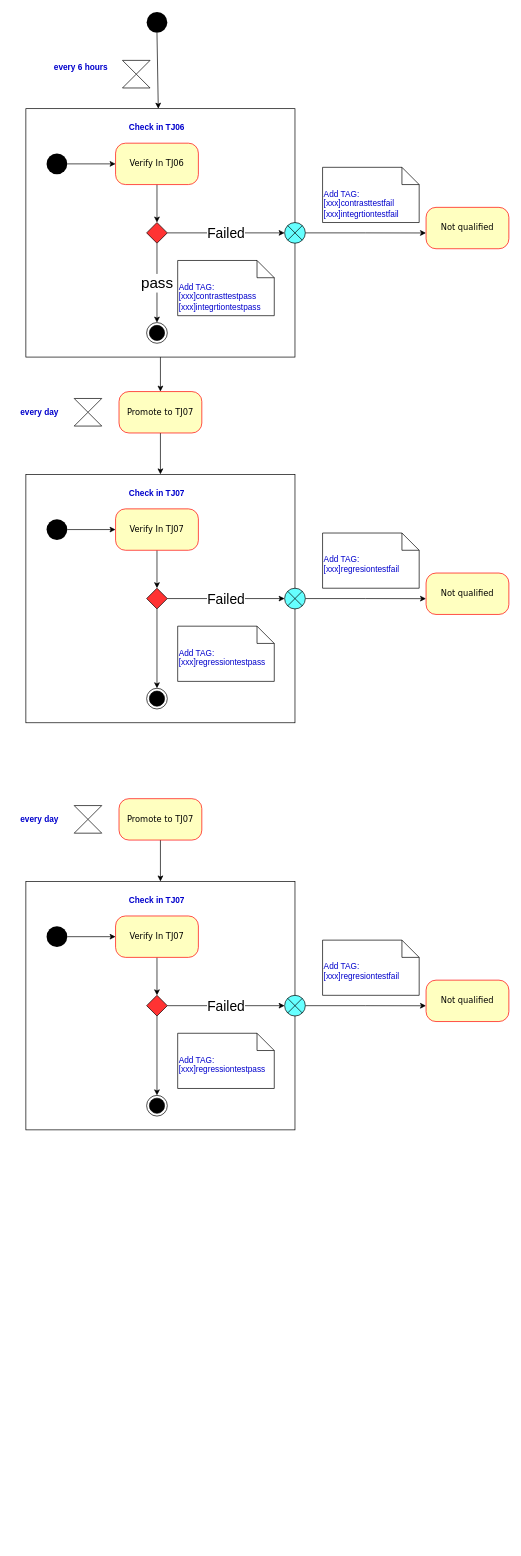
This is Untitled Diagram.drawio from liykfrank/101, a draw.io file, before an edit. Source tidied: cells renumbered, new cells numbered last; positions are measured from the earlier drawing's top-left corner, leaving out a move shared by most shapes. Both pictures are drawn from the tidied source at 69%, with x=0, y=0 at pixel (12, 12).
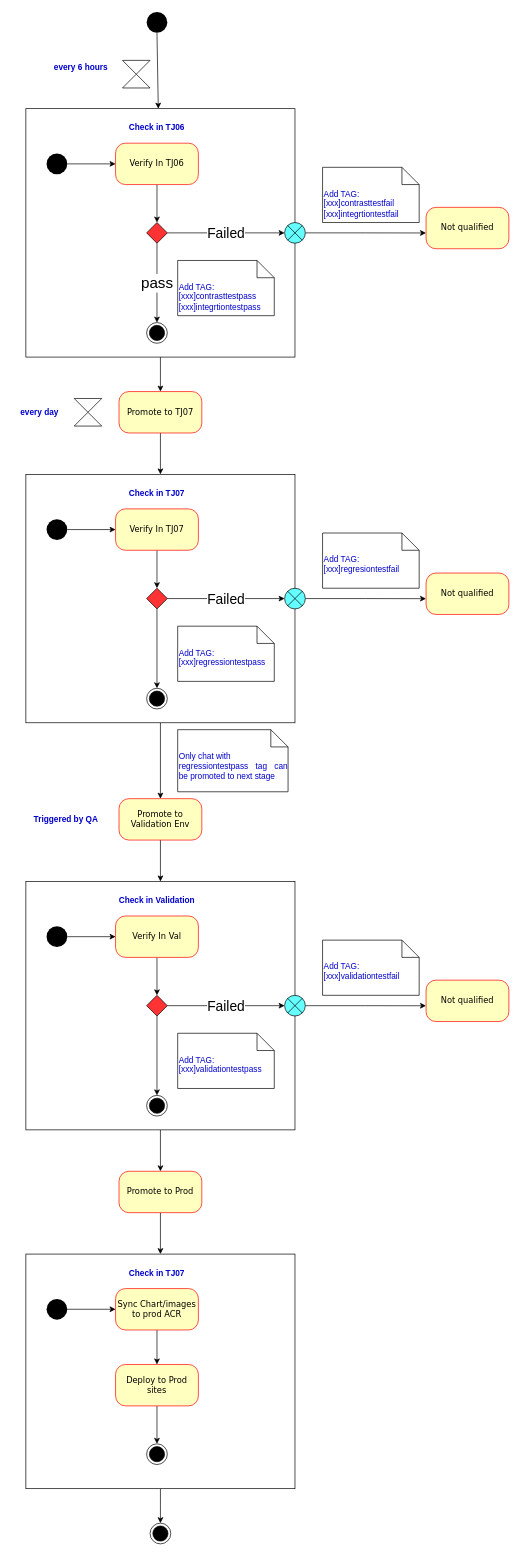
The same page after the edit.

The change refers to these unchanged cells:
```xml
<mxCell id="22" style="fontStyle=1;" parent="1" vertex="1">
  <mxGeometry x="20" y="670" width="390" height="360" as="geometry" />
</mxCell>
<mxCell id="43" style="fontStyle=1;" parent="1" vertex="1">
  <mxGeometry x="20" y="1260" width="390" height="360" as="geometry" />
</mxCell>
```

Diff of the diagram source:
```diff
@@
+    <mxCell id="60" style="edgeStyle=orthogonalEdgeStyle;rounded=0;jettySize=auto;html=1;fontSize=22;fontColor=#000000;" parent="1" edge="1" source="22" target="42">
+      <mxGeometry relative="1" as="geometry" />
+    </mxCell>
@@
-    <mxCell id="42" value="Promote to TJ07" style="rounded=1;whiteSpace=wrap;html=1;arcSize=24;fillColor=#ffffc0;strokeColor=#ff0000;shadow=0;comic=0;labelBackgroundColor=none;fontFamily=Verdana;fontSize=12;fontColor=#000000;align=center;" parent="1" vertex="1">
+    <mxCell id="42" value="Promote to Validation Env" style="rounded=1;whiteSpace=wrap;html=1;arcSize=24;fillColor=#ffffc0;strokeColor=#ff0000;shadow=0;comic=0;labelBackgroundColor=none;fontFamily=Verdana;fontSize=12;fontColor=#000000;align=center;" parent="1" vertex="1">
       <mxGeometry x="155" y="1140" width="120" height="60" as="geometry" />
     </mxCell>
+    <mxCell id="61" style="edgeStyle=orthogonalEdgeStyle;rounded=0;jettySize=auto;html=1;fontSize=22;fontColor=#000000;" parent="1" edge="1" source="43" target="64">
+      <mxGeometry relative="1" as="geometry" />
+    </mxCell>
@@
-    <mxCell id="47" value="Verify In TJ07" style="rounded=1;whiteSpace=wrap;html=1;arcSize=24;fillColor=#ffffc0;strokeColor=#ff0000;shadow=0;comic=0;labelBackgroundColor=none;fontFamily=Verdana;fontSize=12;fontColor=#000000;align=center;" parent="1" vertex="1">
+    <mxCell id="47" value="Verify In Val" style="rounded=1;whiteSpace=wrap;html=1;arcSize=24;fillColor=#ffffc0;strokeColor=#ff0000;shadow=0;comic=0;labelBackgroundColor=none;fontFamily=Verdana;fontSize=12;fontColor=#000000;align=center;" parent="1" vertex="1">
       <mxGeometry x="150" y="1310" width="120" height="60" as="geometry" />
     </mxCell>
@@
-    <mxCell id="55" value="&lt;div style=&quot;text-align: justify&quot;&gt;&lt;span&gt;Add TAG:&lt;/span&gt;&lt;/div&gt;&lt;div style=&quot;text-align: justify&quot;&gt;&lt;span&gt;[xxx]regressiontestpass&lt;/span&gt;&lt;/div&gt;" style="shape=note2;boundedLbl=1;whiteSpace=wrap;html=1;size=25;verticalAlign=top;align=left;fillColor=#FFFFFF;fontColor=#0000CC;" parent="1" vertex="1">
+    <mxCell id="55" value="&lt;div style=&quot;text-align: justify&quot;&gt;&lt;span&gt;Add TAG:&lt;/span&gt;&lt;/div&gt;&lt;div style=&quot;text-align: justify&quot;&gt;&lt;span&gt;[xxx]validationtestpass&lt;/span&gt;&lt;/div&gt;" style="shape=note2;boundedLbl=1;whiteSpace=wrap;html=1;size=25;verticalAlign=top;align=left;fillColor=#FFFFFF;fontColor=#0000CC;" parent="1" vertex="1">
       <mxGeometry x="240" y="1480" width="140" height="80" as="geometry" />
     </mxCell>
-    <mxCell id="56" value="&lt;div style=&quot;text-align: justify&quot;&gt;&lt;span&gt;Add TAG:&lt;/span&gt;&lt;/div&gt;&lt;div style=&quot;text-align: justify&quot;&gt;&lt;span&gt;[xxx]regresiontestfail&lt;/span&gt;&lt;/div&gt;" style="shape=note2;boundedLbl=1;whiteSpace=wrap;html=1;size=25;verticalAlign=top;align=left;fillColor=#FFFFFF;fontColor=#0000CC;" parent="1" vertex="1">
+    <mxCell id="56" value="&lt;div style=&quot;text-align: justify&quot;&gt;&lt;span&gt;Add TAG:&lt;/span&gt;&lt;/div&gt;&lt;div style=&quot;text-align: justify&quot;&gt;&lt;span&gt;[xxx]validationtestfail&lt;/span&gt;&lt;/div&gt;" style="shape=note2;boundedLbl=1;whiteSpace=wrap;html=1;size=25;verticalAlign=top;align=left;fillColor=#FFFFFF;fontColor=#0000CC;" parent="1" vertex="1">
       <mxGeometry x="450" y="1345" width="140" height="80" as="geometry" />
     </mxCell>
-    <mxCell id="57" value="Check in TJ07" style="text;align=center;fontStyle=1;verticalAlign=middle;spacingLeft=3;spacingRight=3;strokeColor=none;fillColor=#FFFFFF;fontColor=#0000CC;" parent="1" vertex="1">
+    <mxCell id="57" value="Check in Validation" style="text;align=center;fontStyle=1;verticalAlign=middle;spacingLeft=3;spacingRight=3;strokeColor=none;fillColor=#FFFFFF;fontColor=#0000CC;" parent="1" vertex="1">
       <mxGeometry x="170" y="1274" width="80" height="26" as="geometry" />
     </mxCell>
-    <mxCell id="58" style="shape=collate;whiteSpace=wrap;html=1;fontColor=#0000CC;fillColor=#FFFFFF;" parent="1" vertex="1">
-      <mxGeometry x="90" y="1150" width="40" height="40" as="geometry" />
-    </mxCell>
-    <mxCell id="59" value="every day" style="text;align=center;fontStyle=1;verticalAlign=middle;spacingLeft=3;spacingRight=3;strokeColor=none;fillColor=#FFFFFF;fontColor=#0000CC;" parent="1" vertex="1">
-      <mxGeometry y="1157" width="80" height="26" as="geometry" />
+    <mxCell id="59" value="Triggered by QA " style="text;align=center;fontStyle=1;verticalAlign=middle;spacingLeft=3;spacingRight=3;strokeColor=none;fillColor=#FFFFFF;fontColor=#0000CC;" parent="1" vertex="1">
+      <mxGeometry x="40" y="1157" width="80" height="26" as="geometry" />
     </mxCell>
+    <mxCell id="62" value="&lt;div style=&quot;text-align: justify&quot;&gt;Only chat with&lt;/div&gt;&lt;div style=&quot;text-align: justify&quot;&gt;regressiontestpass tag can be promoted to next stage&lt;/div&gt;" style="shape=note2;boundedLbl=1;whiteSpace=wrap;html=1;size=25;verticalAlign=top;align=left;fillColor=#FFFFFF;fontColor=#0000CC;" parent="1" vertex="1">
+      <mxGeometry x="240" y="1040" width="160" height="90" as="geometry" />
+    </mxCell>
+    <mxCell id="63" style="edgeStyle=orthogonalEdgeStyle;rounded=0;jettySize=auto;html=1;entryX=0.5;entryY=0;entryDx=0;entryDy=0;fontSize=22;fontColor=#000000;" parent="1" edge="1" source="64" target="66">
+      <mxGeometry relative="1" as="geometry" />
+    </mxCell>
+    <mxCell id="64" value="Promote to Prod" style="rounded=1;whiteSpace=wrap;html=1;arcSize=24;fillColor=#ffffc0;strokeColor=#ff0000;shadow=0;comic=0;labelBackgroundColor=none;fontFamily=Verdana;fontSize=12;fontColor=#000000;align=center;" parent="1" vertex="1">
+      <mxGeometry x="155" y="1680" width="120" height="60" as="geometry" />
+    </mxCell>
+    <mxCell id="65" style="edgeStyle=orthogonalEdgeStyle;rounded=0;jettySize=auto;html=1;entryX=0.5;entryY=0;entryDx=0;entryDy=0;fontSize=22;fontColor=#000000;" parent="1" edge="1" source="66">
+      <mxGeometry relative="1" as="geometry">
+        <mxPoint x="215" y="2190" as="targetPoint" />
+      </mxGeometry>
+    </mxCell>
+    <mxCell id="66" style="fontStyle=1;" parent="1" vertex="1">
+      <mxGeometry x="20" y="1800" width="390" height="340" as="geometry" />
+    </mxCell>
+    <mxCell id="67" style="edgeStyle=orthogonalEdgeStyle;rounded=0;jettySize=auto;html=1;entryX=0;entryY=0.5;entryDx=0;entryDy=0;" parent="1" edge="1" source="68" target="70">
+      <mxGeometry relative="1" as="geometry" />
+    </mxCell>
+    <mxCell id="68" style="ellipse;fillColor=#000000;strokeColor=none;" parent="1" vertex="1">
+      <mxGeometry x="50" y="1865" width="30" height="30" as="geometry" />
+    </mxCell>
+    <mxCell id="69" style="edgeStyle=orthogonalEdgeStyle;rounded=0;jettySize=auto;html=1;entryX=0.5;entryY=0;entryDx=0;entryDy=0;fontColor=#0000CC;" parent="1" edge="1" source="70" target="73">
+      <mxGeometry relative="1" as="geometry" />
+    </mxCell>
+    <mxCell id="70" value="Sync Chart/images to prod ACR" style="rounded=1;whiteSpace=wrap;html=1;arcSize=24;fillColor=#ffffc0;strokeColor=#ff0000;shadow=0;comic=0;labelBackgroundColor=none;fontFamily=Verdana;fontSize=12;fontColor=#000000;align=center;" parent="1" vertex="1">
+      <mxGeometry x="150" y="1850" width="120" height="60" as="geometry" />
+    </mxCell>
+    <mxCell id="71" style="edgeStyle=orthogonalEdgeStyle;rounded=0;jettySize=auto;html=1;fontColor=#0000CC;exitX=0.5;exitY=1;exitDx=0;exitDy=0;" parent="1" edge="1" source="73" target="72">
+      <mxGeometry relative="1" as="geometry" />
+    </mxCell>
+    <mxCell id="72" style="ellipse;html=1;shape=endState;fillColor=#000000;strokeColor=#000000;" parent="1" vertex="1">
+      <mxGeometry x="195" y="2075" width="30" height="30" as="geometry" />
+    </mxCell>
+    <mxCell id="73" value="Deploy to Prod sites" style="rounded=1;whiteSpace=wrap;html=1;arcSize=24;fillColor=#ffffc0;strokeColor=#ff0000;shadow=0;comic=0;labelBackgroundColor=none;fontFamily=Verdana;fontSize=12;fontColor=#000000;align=center;" parent="1" vertex="1">
+      <mxGeometry x="150" y="1960" width="120" height="60" as="geometry" />
+    </mxCell>
+    <mxCell id="74" value="Check in TJ07" style="text;align=center;fontStyle=1;verticalAlign=middle;spacingLeft=3;spacingRight=3;strokeColor=none;fillColor=#FFFFFF;fontColor=#0000CC;" parent="1" vertex="1">
+      <mxGeometry x="170" y="1814" width="80" height="26" as="geometry" />
+    </mxCell>
+    <mxCell id="75" style="ellipse;html=1;shape=endState;fillColor=#000000;strokeColor=#000000;" parent="1" vertex="1">
+      <mxGeometry x="200" y="2190" width="30" height="30" as="geometry" />
+    </mxCell>
```
